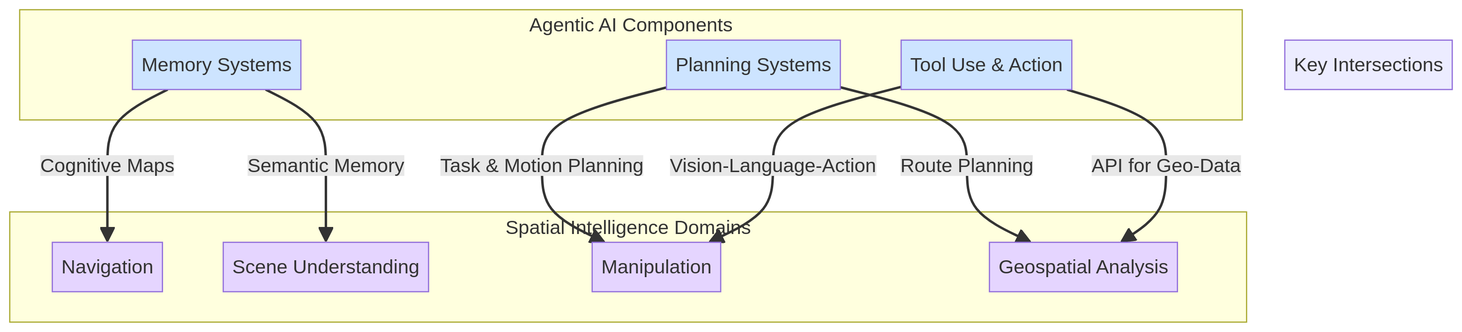
The Mermaid diagram conference/taxonomy.png in glo26/spatial-survey, before a commit. Its source is kept beside it as conference/taxonomy.mmd. The source it was exported from:
```mermaid
graph TD
    subgraph Agentic AI Components
        A1[Memory Systems];
        A2[Planning Systems];
        A3[Tool Use & Action];
    end

    subgraph Spatial Intelligence Domains
        S1[Navigation];
        S2[Scene Understanding];
        S3[Manipulation];
        S4[Geospatial Analysis];
    end

    subgraph Key Intersections
        style A1 fill:#cde4ff
        style A2 fill:#cde4ff
        style A3 fill:#cde4ff
        style S1 fill:#e5d5ff
        style S2 fill:#e5d5ff
        style S3 fill:#e5d5ff
        style S4 fill:#e5d5ff

        A1 -- "Cognitive Maps" --> S1;
        A1 -- "Semantic Memory" --> S2;
        A2 -- "Task & Motion Planning" --> S3;
        A2 -- "Route Planning" --> S4;
        A3 -- "Vision-Language-Action" --> S3;
        A3 -- "API for Geo-Data" --> S4;
    end
```
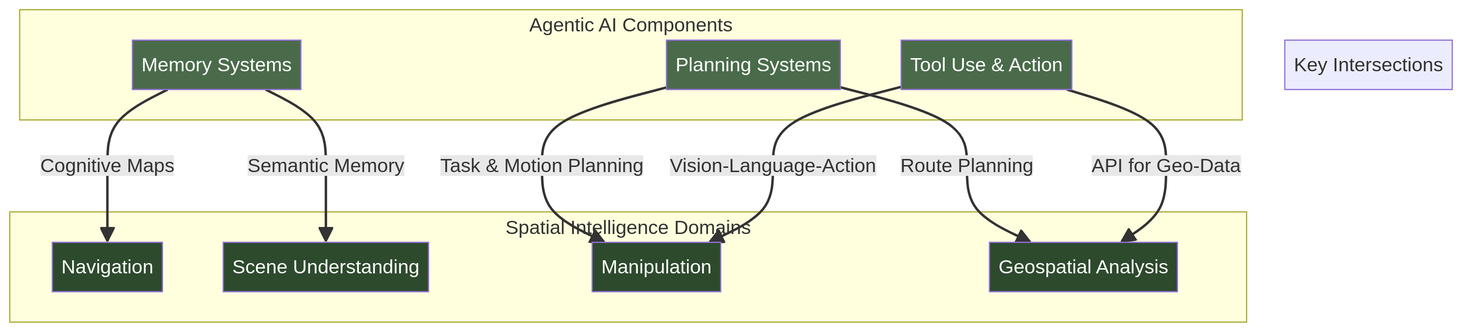
The same diagram one commit later.

What changed in the source:
```diff
@@ -13,13 +13,13 @@
     end
 
     subgraph Key Intersections
-        style A1 fill:#cde4ff
-        style A2 fill:#cde4ff
-        style A3 fill:#cde4ff
-        style S1 fill:#e5d5ff
-        style S2 fill:#e5d5ff
-        style S3 fill:#e5d5ff
-        style S4 fill:#e5d5ff
+        style A1 fill:#4A6B4A,color:#FFFFFF
+        style A2 fill:#4A6B4A,color:#FFFFFF
+        style A3 fill:#4A6B4A,color:#FFFFFF
+        style S1 fill:#2D4A2D,color:#FFFFFF
+        style S2 fill:#2D4A2D,color:#FFFFFF
+        style S3 fill:#2D4A2D,color:#FFFFFF
+        style S4 fill:#2D4A2D,color:#FFFFFF
 
         A1 -- "Cognitive Maps" --> S1;
         A1 -- "Semantic Memory" --> S2;
```
